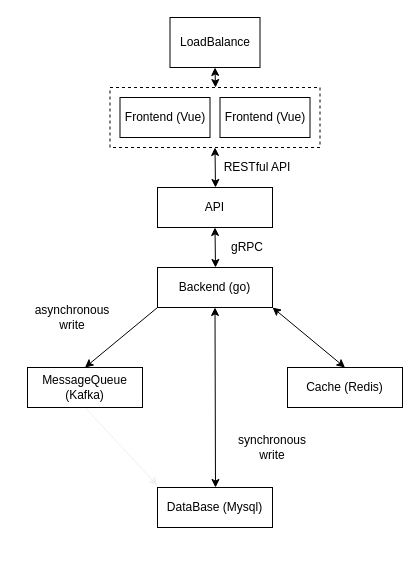
Earlier version of the draw.io diagram system.drawio (abba123/PokerManager). Source tidied: cells renumbered, new cells numbered last; positions are measured from the earlier drawing's top-left corner, leaving out a move shared by most shapes. Both pictures are drawn from the tidied source at 100%, with x=0, y=0 at pixel (17, 17).
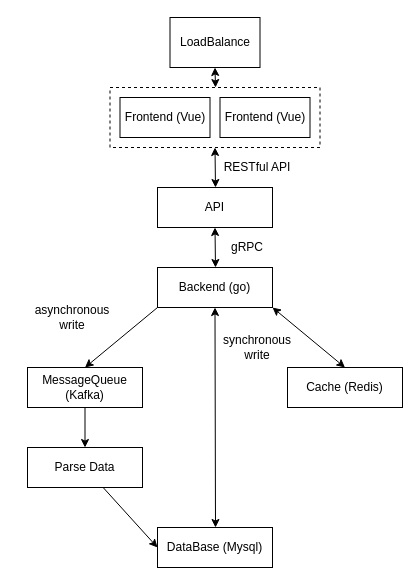
The same page after the edit.

Commit message (it also covers changes not shown here):
add system architecture

Unchanged cells that the change refers to:
```xml
<mxCell id="16" value="MessageQueue (Kafka)" style="rounded=0;whiteSpace=wrap;html=1;" parent="1" vertex="1">
  <mxGeometry x="10" y="350" width="115" height="40" as="geometry" />
</mxCell>
```

Change to the diagram source:
```diff
@@
     <mxCell id="14" value="DataBase (Mysql)" style="rounded=0;whiteSpace=wrap;html=1;" parent="1" vertex="1">
-      <mxGeometry x="140" y="470" width="115" height="40" as="geometry" />
+      <mxGeometry x="140" y="510" width="115" height="40" as="geometry" />
     </mxCell>
-    <mxCell id="15" style="rounded=0;html=1;exitX=0.5;exitY=1;exitDx=0;exitDy=0;strokeColor=#f0f0f0;" parent="1" edge="1" source="16">
-      <mxGeometry relative="1" as="geometry">
-        <mxPoint x="140" y="468" as="targetPoint" />
-      </mxGeometry>
-    </mxCell>
+    <mxCell id="23" style="edgeStyle=none;html=1;exitX=0.5;exitY=1;exitDx=0;exitDy=0;entryX=0.5;entryY=0;entryDx=0;entryDy=0;startArrow=none;startFill=0;" parent="1" edge="1" source="16" target="25">
+      <mxGeometry relative="1" as="geometry" />
+    </mxCell>
@@
     <mxCell id="22" value="synchronous&lt;br&gt;write" style="text;html=1;strokeColor=none;fillColor=none;align=center;verticalAlign=middle;whiteSpace=wrap;rounded=0;" parent="1" vertex="1">
-      <mxGeometry x="200" y="420" width="110" height="20" as="geometry" />
+      <mxGeometry x="185" y="320" width="110" height="20" as="geometry" />
     </mxCell>
+    <mxCell id="24" style="edgeStyle=none;html=1;entryX=0;entryY=0.5;entryDx=0;entryDy=0;startArrow=none;startFill=0;" parent="1" edge="1" source="25" target="14">
+      <mxGeometry relative="1" as="geometry" />
+    </mxCell>
+    <mxCell id="25" value="Parse Data" style="rounded=0;whiteSpace=wrap;html=1;" parent="1" vertex="1">
+      <mxGeometry x="10" y="430" width="115" height="40" as="geometry" />
+    </mxCell>
```
